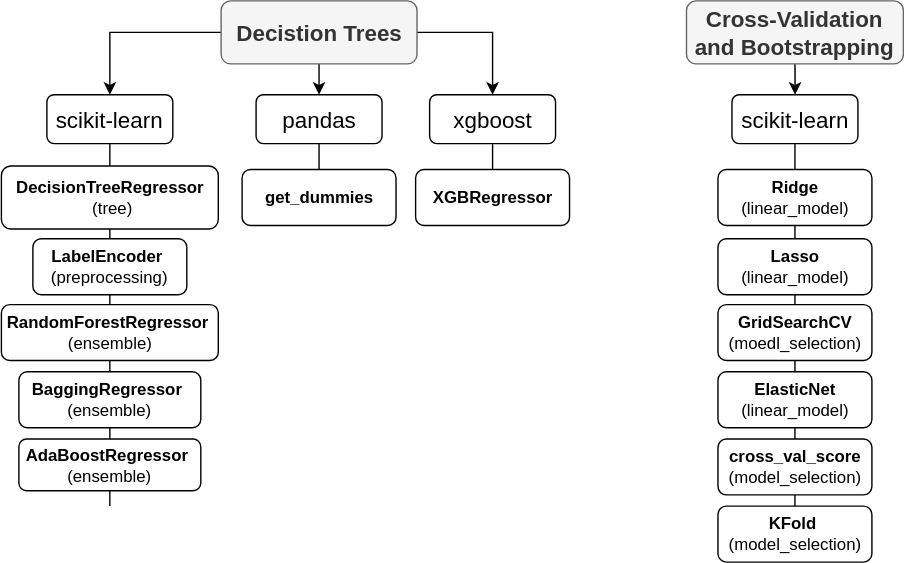
The draw.io diagram Used_Car_Prices/images/Used Car Prices-Used Car Prices_DT_CV.svg in Gr3Fin/DA_projects, before a commit. Source tidied: cells renumbered, new cells last; positions are measured from the earlier drawing's top-left corner, leaving out a move shared by most shapes.
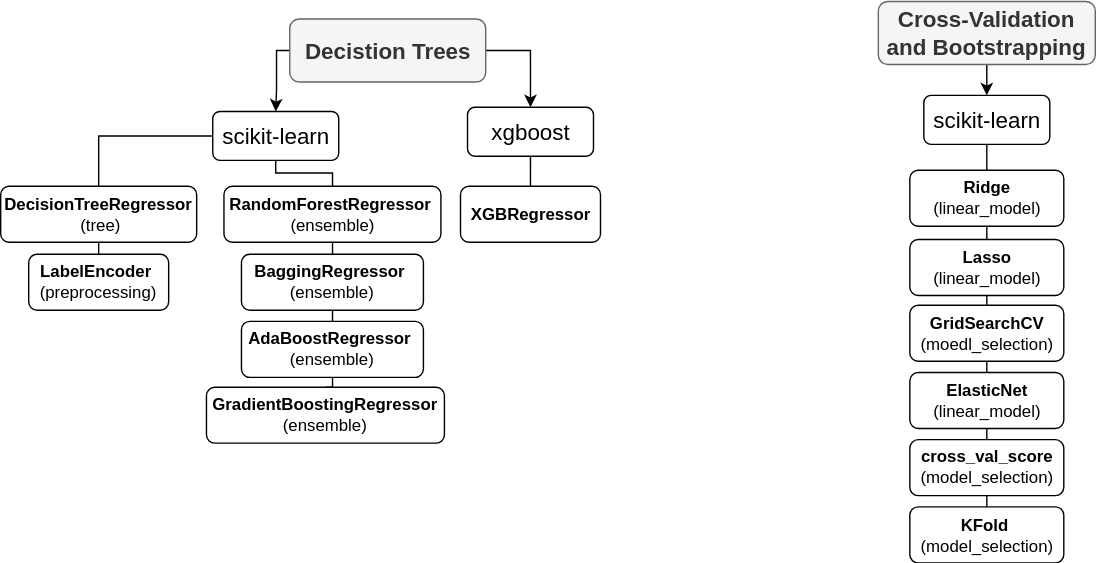
Above is the later version.

The edit, as a diff of the source:
```diff
@@ -2,92 +2,91 @@
   <root>
     <mxCell id="0" />
     <mxCell id="1" parent="0" />
-    <mxCell id="2" style="edgeStyle=orthogonalEdgeStyle;rounded=0;jettySize=auto;html=1;entryX=0.5;entryY=0;entryDx=0;entryDy=0;" parent="1" edge="1" source="5" target="7">
+    <mxCell id="2" style="edgeStyle=orthogonalEdgeStyle;rounded=0;jettySize=auto;html=1;exitX=0;exitY=0.5;exitDx=0;exitDy=0;entryX=0.5;entryY=0;entryDx=0;entryDy=0;" parent="1" edge="1" source="4" target="7">
       <mxGeometry relative="1" as="geometry">
         <Array as="points">
-          <mxPoint x="78.5" y="23" />
+          <mxPoint x="148" y="23" />
+          <mxPoint x="148" y="50" />
+          <mxPoint x="148" y="50" />
         </Array>
       </mxGeometry>
     </mxCell>
-    <mxCell id="3" style="edgeStyle=orthogonalEdgeStyle;rounded=0;jettySize=auto;html=1;exitX=1;exitY=0.5;exitDx=0;exitDy=0;entryX=0.5;entryY=0;entryDx=0;entryDy=0;" parent="1" edge="1" source="5" target="17">
+    <mxCell id="3" style="edgeStyle=orthogonalEdgeStyle;rounded=0;jettySize=auto;html=1;exitX=1;exitY=0.5;exitDx=0;exitDy=0;entryX=0.5;entryY=0;entryDx=0;entryDy=0;" parent="1" edge="1" source="4" target="15">
       <mxGeometry relative="1" as="geometry" />
     </mxCell>
-    <mxCell id="4" style="edgeStyle=orthogonalEdgeStyle;rounded=0;jettySize=auto;html=1;exitX=0.5;exitY=1;exitDx=0;exitDy=0;entryX=0.5;entryY=0;entryDx=0;entryDy=0;" parent="1" edge="1" source="5" target="10">
-      <mxGeometry relative="1" as="geometry" />
+    <mxCell id="4" value="&lt;font style=&quot;font-size: 16px;&quot;&gt;&lt;b style=&quot;font-size: 16px;&quot;&gt;Decistion Trees&lt;br style=&quot;font-size: 16px;&quot;&gt;&lt;/b&gt;&lt;/font&gt;" style="rounded=1;whiteSpace=wrap;html=1;fontSize=16;fillColor=#f5f5f5;fontColor=#333333;strokeColor=#666666;fillStyle=auto;" parent="1" vertex="1">
+      <mxGeometry x="157.5" width="140" height="45" as="geometry" />
     </mxCell>
-    <mxCell id="5" value="&lt;font style=&quot;font-size: 16px;&quot;&gt;&lt;b style=&quot;font-size: 16px;&quot;&gt;Decistion Trees&lt;br style=&quot;font-size: 16px;&quot;&gt;&lt;/b&gt;&lt;/font&gt;" style="rounded=1;whiteSpace=wrap;html=1;fontSize=16;fillColor=#f5f5f5;fontColor=#333333;strokeColor=#666666;fillStyle=auto;" parent="1" vertex="1">
-      <mxGeometry x="157.5" width="140" height="45" as="geometry" />
+    <mxCell id="5" style="edgeStyle=orthogonalEdgeStyle;rounded=0;jettySize=auto;html=1;exitX=0;exitY=0.5;exitDx=0;exitDy=0;entryX=0.5;entryY=0;entryDx=0;entryDy=0;endArrow=none;endFill=0;" parent="1" edge="1" source="7" target="9">
+      <mxGeometry relative="1" as="geometry" />
     </mxCell>
-    <mxCell id="6" style="edgeStyle=orthogonalEdgeStyle;rounded=0;jettySize=auto;html=1;exitX=0.5;exitY=1;exitDx=0;exitDy=0;entryX=0.5;entryY=0;entryDx=0;entryDy=0;endArrow=none;endFill=0;" parent="1" edge="1" source="7">
+    <mxCell id="6" style="edgeStyle=orthogonalEdgeStyle;rounded=0;jettySize=auto;html=1;exitX=0.5;exitY=1;exitDx=0;exitDy=0;entryX=0.5;entryY=0;entryDx=0;entryDy=0;endArrow=none;endFill=0;" parent="1" edge="1" source="7" target="13">
       <mxGeometry relative="1" as="geometry">
-        <mxPoint x="78" y="361" as="targetPoint" />
+        <Array as="points">
+          <mxPoint x="148" y="110" />
+          <mxPoint x="188" y="110" />
+        </Array>
       </mxGeometry>
     </mxCell>
     <mxCell id="7" value="scikit-learn" style="rounded=1;whiteSpace=wrap;html=1;fontSize=16;flipH=1;flipV=0;" parent="1" vertex="1">
-      <mxGeometry x="33" y="67" width="90" height="35" as="geometry" />
+      <mxGeometry x="102.5" y="66" width="90" height="35" as="geometry" />
     </mxCell>
     <mxCell id="8" value="&lt;div style=&quot;font-size: 12px;&quot;&gt;&lt;b&gt;DecisionTreeRegressor&lt;/b&gt;&lt;/div&gt;&lt;div style=&quot;font-size: 12px;&quot;&gt;&lt;b style=&quot;background-color: initial;&quot;&gt;&amp;nbsp;&lt;/b&gt;&lt;span style=&quot;background-color: initial;&quot;&gt;(tree)&lt;/span&gt;&lt;/div&gt;" style="rounded=1;whiteSpace=wrap;html=1;fontSize=12;flipV=1;flipH=1;" parent="1" vertex="1">
-      <mxGeometry x="0.5" y="118" width="155" height="45" as="geometry" />
+      <mxGeometry x="-49" y="119.5" width="140" height="40" as="geometry" />
     </mxCell>
-    <mxCell id="9" style="edgeStyle=orthogonalEdgeStyle;rounded=0;jettySize=auto;html=1;exitX=0.5;exitY=1;exitDx=0;exitDy=0;entryX=0.5;entryY=0;entryDx=0;entryDy=0;endArrow=none;endFill=0;" parent="1" edge="1" source="10" target="12">
-      <mxGeometry relative="1" as="geometry" />
+    <mxCell id="9" value="&lt;div style=&quot;font-size: 12px;&quot;&gt;&lt;b&gt;LabelEncoder&amp;nbsp;&lt;/b&gt;&lt;/div&gt;&lt;div style=&quot;font-size: 12px;&quot;&gt;(preprocessing)&lt;/div&gt;" style="rounded=1;whiteSpace=wrap;html=1;fontSize=12;flipV=1;flipH=1;" parent="1" vertex="1">
+      <mxGeometry x="-29" y="168" width="100" height="40" as="geometry" />
     </mxCell>
-    <mxCell id="10" value="pandas" style="rounded=1;whiteSpace=wrap;html=1;fontSize=16;flipH=1;flipV=0;" parent="1" vertex="1">
-      <mxGeometry x="182.5" y="67" width="90" height="35" as="geometry" />
+    <mxCell id="10" value="&lt;div style=&quot;font-size: 12px;&quot;&gt;&lt;b style=&quot;background-color: initial;&quot;&gt;RandomForestRegressor&amp;nbsp;&lt;/b&gt;&lt;/div&gt;&lt;div style=&quot;font-size: 12px;&quot;&gt;(ensemble)&lt;/div&gt;" style="rounded=1;whiteSpace=wrap;html=1;fontSize=12;flipV=1;flipH=1;" parent="1" vertex="1">
+      <mxGeometry x="110.5" y="119.5" width="155" height="40" as="geometry" />
     </mxCell>
-    <mxCell id="11" value="&lt;div style=&quot;font-size: 12px;&quot;&gt;&lt;b&gt;LabelEncoder&amp;nbsp;&lt;/b&gt;&lt;/div&gt;&lt;div style=&quot;font-size: 12px;&quot;&gt;(preprocessing)&lt;/div&gt;" style="rounded=1;whiteSpace=wrap;html=1;fontSize=12;flipV=1;flipH=1;" parent="1" vertex="1">
-      <mxGeometry x="23" y="170" width="110" height="40" as="geometry" />
+    <mxCell id="11" value="&lt;div style=&quot;font-size: 12px;&quot;&gt;&lt;b style=&quot;background-color: initial;&quot;&gt;BaggingRegressor&amp;nbsp;&lt;/b&gt;&lt;/div&gt;&lt;div style=&quot;font-size: 12px;&quot;&gt;(ensemble)&lt;/div&gt;" style="rounded=1;whiteSpace=wrap;html=1;fontSize=12;flipV=1;flipH=1;" parent="1" vertex="1">
+      <mxGeometry x="123" y="168" width="130" height="40" as="geometry" />
     </mxCell>
-    <mxCell id="12" value="&lt;div style=&quot;font-size: 12px;&quot;&gt;&lt;b&gt;get_dummies&lt;/b&gt;&lt;/div&gt;" style="rounded=1;whiteSpace=wrap;html=1;fontSize=12;flipV=1;" parent="1" vertex="1">
-      <mxGeometry x="172.5" y="120.5" width="110" height="40" as="geometry" />
+    <mxCell id="12" value="&lt;div style=&quot;font-size: 12px;&quot;&gt;&lt;b style=&quot;background-color: initial;&quot;&gt;AdaBoostRegressor&amp;nbsp;&lt;/b&gt;&lt;/div&gt;&lt;div style=&quot;font-size: 12px;&quot;&gt;(ensemble)&lt;/div&gt;" style="rounded=1;whiteSpace=wrap;html=1;fontSize=12;flipV=1;flipH=1;" parent="1" vertex="1">
+      <mxGeometry x="123" y="216" width="130" height="40" as="geometry" />
     </mxCell>
-    <mxCell id="13" value="&lt;div style=&quot;font-size: 12px;&quot;&gt;&lt;b style=&quot;background-color: initial;&quot;&gt;RandomForestRegressor&amp;nbsp;&lt;/b&gt;&lt;/div&gt;&lt;div style=&quot;font-size: 12px;&quot;&gt;(ensemble)&lt;/div&gt;" style="rounded=1;whiteSpace=wrap;html=1;fontSize=12;flipV=1;flipH=1;" parent="1" vertex="1">
-      <mxGeometry x="0.5" y="217" width="155" height="40" as="geometry" />
+    <mxCell id="13" value="&lt;div style=&quot;font-size: 12px;&quot;&gt;&lt;b style=&quot;background-color: initial;&quot;&gt;GradientBoostingRegressor&lt;/b&gt;&lt;/div&gt;&lt;div style=&quot;font-size: 12px;&quot;&gt;(ensemble)&lt;/div&gt;" style="rounded=1;whiteSpace=wrap;html=1;fontSize=12;flipV=1;flipH=1;" parent="1" vertex="1">
+      <mxGeometry x="98" y="263" width="170" height="40" as="geometry" />
     </mxCell>
-    <mxCell id="14" value="&lt;div style=&quot;font-size: 12px;&quot;&gt;&lt;b style=&quot;background-color: initial;&quot;&gt;BaggingRegressor&amp;nbsp;&lt;/b&gt;&lt;/div&gt;&lt;div style=&quot;font-size: 12px;&quot;&gt;(ensemble)&lt;/div&gt;" style="rounded=1;whiteSpace=wrap;html=1;fontSize=12;flipV=1;flipH=1;" parent="1" vertex="1">
-      <mxGeometry x="13" y="265" width="130" height="40" as="geometry" />
+    <mxCell id="14" style="edgeStyle=orthogonalEdgeStyle;rounded=0;jettySize=auto;html=1;exitX=0.5;exitY=1;exitDx=0;exitDy=0;endArrow=none;endFill=0;" parent="1" edge="1" source="15" target="16">
+      <mxGeometry relative="1" as="geometry" />
     </mxCell>
-    <mxCell id="15" value="&lt;div style=&quot;font-size: 12px;&quot;&gt;&lt;b style=&quot;background-color: initial;&quot;&gt;AdaBoostRegressor&amp;nbsp;&lt;/b&gt;&lt;/div&gt;&lt;div style=&quot;font-size: 12px;&quot;&gt;(ensemble)&lt;/div&gt;" style="rounded=1;whiteSpace=wrap;html=1;fontSize=12;flipV=1;flipH=1;" parent="1" vertex="1">
-      <mxGeometry x="13" y="313" width="130" height="37" as="geometry" />
+    <mxCell id="15" value="xgboost" style="rounded=1;whiteSpace=wrap;html=1;fontSize=16;flipH=1;flipV=0;" parent="1" vertex="1">
+      <mxGeometry x="284.5" y="63" width="90" height="35" as="geometry" />
     </mxCell>
-    <mxCell id="16" style="edgeStyle=orthogonalEdgeStyle;rounded=0;jettySize=auto;html=1;exitX=0.5;exitY=1;exitDx=0;exitDy=0;endArrow=none;endFill=0;" parent="1" edge="1" source="17" target="18">
-      <mxGeometry relative="1" as="geometry" />
+    <mxCell id="16" value="&lt;div style=&quot;font-size: 12px;&quot;&gt;&lt;b&gt;XGBRegressor&lt;/b&gt;&lt;/div&gt;" style="rounded=1;whiteSpace=wrap;html=1;fontSize=12;flipV=1;" parent="1" vertex="1">
+      <mxGeometry x="279.5" y="119.5" width="100" height="40" as="geometry" />
     </mxCell>
-    <mxCell id="17" value="xgboost" style="rounded=1;whiteSpace=wrap;html=1;fontSize=16;flipH=1;flipV=0;" parent="1" vertex="1">
-      <mxGeometry x="306.5" y="67" width="90" height="35" as="geometry" />
+    <mxCell id="17" style="edgeStyle=orthogonalEdgeStyle;rounded=0;jettySize=auto;html=1;exitX=0.5;exitY=1;exitDx=0;exitDy=0;" parent="1" edge="1" source="18" target="20">
+      <mxGeometry relative="1" as="geometry" />
     </mxCell>
-    <mxCell id="18" value="&lt;div style=&quot;font-size: 12px;&quot;&gt;&lt;b&gt;XGBRegressor&lt;/b&gt;&lt;/div&gt;" style="rounded=1;whiteSpace=wrap;html=1;fontSize=12;flipV=1;" parent="1" vertex="1">
-      <mxGeometry x="296.5" y="120.5" width="110" height="40" as="geometry" />
+    <mxCell id="18" value="&lt;b style=&quot;font-size: 16px;&quot;&gt;Cross-Validation and Bootstrapping&lt;br style=&quot;font-size: 16px;&quot;&gt;&lt;/b&gt;" style="rounded=1;whiteSpace=wrap;html=1;fontSize=16;flipH=1;flipV=0;fillColor=#f5f5f5;fontColor=#333333;strokeColor=#666666;" parent="1" vertex="1">
+      <mxGeometry x="578" y="-12.5" width="155" height="45" as="geometry" />
     </mxCell>
-    <mxCell id="19" style="edgeStyle=orthogonalEdgeStyle;rounded=0;jettySize=auto;html=1;exitX=0.5;exitY=1;exitDx=0;exitDy=0;" parent="1" edge="1" source="20" target="22">
+    <mxCell id="19" style="edgeStyle=orthogonalEdgeStyle;rounded=0;jettySize=auto;html=1;exitX=0.5;exitY=1;exitDx=0;exitDy=0;endArrow=none;endFill=0;" parent="1" edge="1" source="20" target="25">
       <mxGeometry relative="1" as="geometry" />
     </mxCell>
-    <mxCell id="20" value="&lt;b style=&quot;font-size: 16px;&quot;&gt;Cross-Validation and Bootstrapping&lt;br style=&quot;font-size: 16px;&quot;&gt;&lt;/b&gt;" style="rounded=1;whiteSpace=wrap;html=1;fontSize=16;flipH=1;flipV=0;fillColor=#f5f5f5;fontColor=#333333;strokeColor=#666666;" parent="1" vertex="1">
-      <mxGeometry x="490.1" width="155" height="45" as="geometry" />
+    <mxCell id="20" value="scikit-learn" style="rounded=1;whiteSpace=wrap;html=1;fontSize=16;flipH=1;flipV=0;" parent="1" vertex="1">
+      <mxGeometry x="610.5" y="54.5" width="90" height="35" as="geometry" />
     </mxCell>
-    <mxCell id="21" style="edgeStyle=orthogonalEdgeStyle;rounded=0;jettySize=auto;html=1;exitX=0.5;exitY=1;exitDx=0;exitDy=0;endArrow=none;endFill=0;" parent="1" edge="1" source="22" target="27">
-      <mxGeometry relative="1" as="geometry" />
+    <mxCell id="21" value="&lt;div style=&quot;font-size: 12px;&quot;&gt;&lt;b&gt;Ridge &lt;/b&gt;(linear_model)&lt;/div&gt;" style="rounded=1;whiteSpace=wrap;html=1;fontSize=12;flipV=1;" parent="1" vertex="1">
+      <mxGeometry x="600.5" y="108" width="110" height="40" as="geometry" />
     </mxCell>
-    <mxCell id="22" value="scikit-learn" style="rounded=1;whiteSpace=wrap;html=1;fontSize=16;flipH=1;flipV=0;" parent="1" vertex="1">
-      <mxGeometry x="522.6" y="67" width="90" height="35" as="geometry" />
+    <mxCell id="22" value="&lt;div style=&quot;font-size: 12px;&quot;&gt;&lt;b&gt;Lasso &lt;/b&gt;(linear_model)&lt;/div&gt;" style="rounded=1;whiteSpace=wrap;html=1;fontSize=12;flipV=1;" parent="1" vertex="1">
+      <mxGeometry x="600.5" y="157.5" width="110" height="40" as="geometry" />
     </mxCell>
-    <mxCell id="23" value="&lt;div style=&quot;font-size: 12px;&quot;&gt;&lt;b&gt;Ridge &lt;/b&gt;(linear_model)&lt;/div&gt;" style="rounded=1;whiteSpace=wrap;html=1;fontSize=12;flipV=1;" parent="1" vertex="1">
-      <mxGeometry x="512.6" y="120.5" width="110" height="40" as="geometry" />
+    <mxCell id="23" value="&lt;div style=&quot;font-size: 12px;&quot;&gt;&lt;b&gt;GridSearchCV &lt;/b&gt;(moedl_selection)&lt;/div&gt;" style="rounded=1;whiteSpace=wrap;html=1;fontSize=12;flipV=1;" parent="1" vertex="1">
+      <mxGeometry x="600.5" y="204.5" width="110" height="40" as="geometry" />
     </mxCell>
-    <mxCell id="24" value="&lt;div style=&quot;font-size: 12px;&quot;&gt;&lt;b&gt;Lasso &lt;/b&gt;(linear_model)&lt;/div&gt;" style="rounded=1;whiteSpace=wrap;html=1;fontSize=12;flipV=1;" parent="1" vertex="1">
-      <mxGeometry x="512.6" y="170" width="110" height="40" as="geometry" />
+    <mxCell id="24" value="&lt;div style=&quot;font-size: 12px;&quot;&gt;&lt;b&gt;cross_val_score &lt;/b&gt;(model_selection)&lt;/div&gt;" style="rounded=1;whiteSpace=wrap;html=1;fontSize=12;flipV=1;flipH=1;" parent="1" vertex="1">
+      <mxGeometry x="600.5" y="300.5" width="110" height="40" as="geometry" />
     </mxCell>
-    <mxCell id="25" value="&lt;div style=&quot;font-size: 12px;&quot;&gt;&lt;b&gt;GridSearchCV &lt;/b&gt;(moedl_selection)&lt;/div&gt;" style="rounded=1;whiteSpace=wrap;html=1;fontSize=12;flipV=1;" parent="1" vertex="1">
-      <mxGeometry x="512.6" y="217" width="110" height="40" as="geometry" />
+    <mxCell id="25" value="&lt;div style=&quot;font-size: 12px;&quot;&gt;&lt;b&gt;KFold&amp;nbsp;&lt;/b&gt;&lt;/div&gt;&lt;div style=&quot;font-size: 12px;&quot;&gt;(model_selection)&lt;/div&gt;" style="rounded=1;whiteSpace=wrap;html=1;fontSize=12;flipV=1;flipH=1;" parent="1" vertex="1">
+      <mxGeometry x="600.5" y="348.5" width="110" height="40" as="geometry" />
     </mxCell>
-    <mxCell id="26" value="&lt;div style=&quot;font-size: 12px;&quot;&gt;&lt;b&gt;cross_val_score &lt;/b&gt;(model_selection)&lt;/div&gt;" style="rounded=1;whiteSpace=wrap;html=1;fontSize=12;flipV=1;flipH=1;" parent="1" vertex="1">
-      <mxGeometry x="512.6" y="313" width="110" height="40" as="geometry" />
+    <mxCell id="26" value="&lt;div style=&quot;font-size: 12px;&quot;&gt;&lt;b&gt;ElasticNet&lt;/b&gt;&lt;/div&gt;&lt;div style=&quot;font-size: 12px;&quot;&gt;(linear_model)&lt;/div&gt;" style="rounded=1;whiteSpace=wrap;html=1;fontSize=12;flipV=1;flipH=1;" parent="1" vertex="1">
+      <mxGeometry x="600.5" y="252.5" width="110" height="40" as="geometry" />
     </mxCell>
-    <mxCell id="27" value="&lt;div style=&quot;font-size: 12px;&quot;&gt;&lt;b&gt;KFold&amp;nbsp;&lt;/b&gt;&lt;/div&gt;&lt;div style=&quot;font-size: 12px;&quot;&gt;(model_selection)&lt;/div&gt;" style="rounded=1;whiteSpace=wrap;html=1;fontSize=12;flipV=1;flipH=1;" parent="1" vertex="1">
-      <mxGeometry x="512.6" y="361" width="110" height="40" as="geometry" />
-    </mxCell>
-    <mxCell id="28" value="&lt;div style=&quot;font-size: 12px;&quot;&gt;&lt;b&gt;ElasticNet&lt;/b&gt;&lt;/div&gt;&lt;div style=&quot;font-size: 12px;&quot;&gt;(linear_model)&lt;/div&gt;" style="rounded=1;whiteSpace=wrap;html=1;fontSize=12;flipV=1;flipH=1;" parent="1" vertex="1">
-      <mxGeometry x="512.6" y="265" width="110" height="40" as="geometry" />
-    </mxCell>
   </root>
 </mxGraphModel>
```
